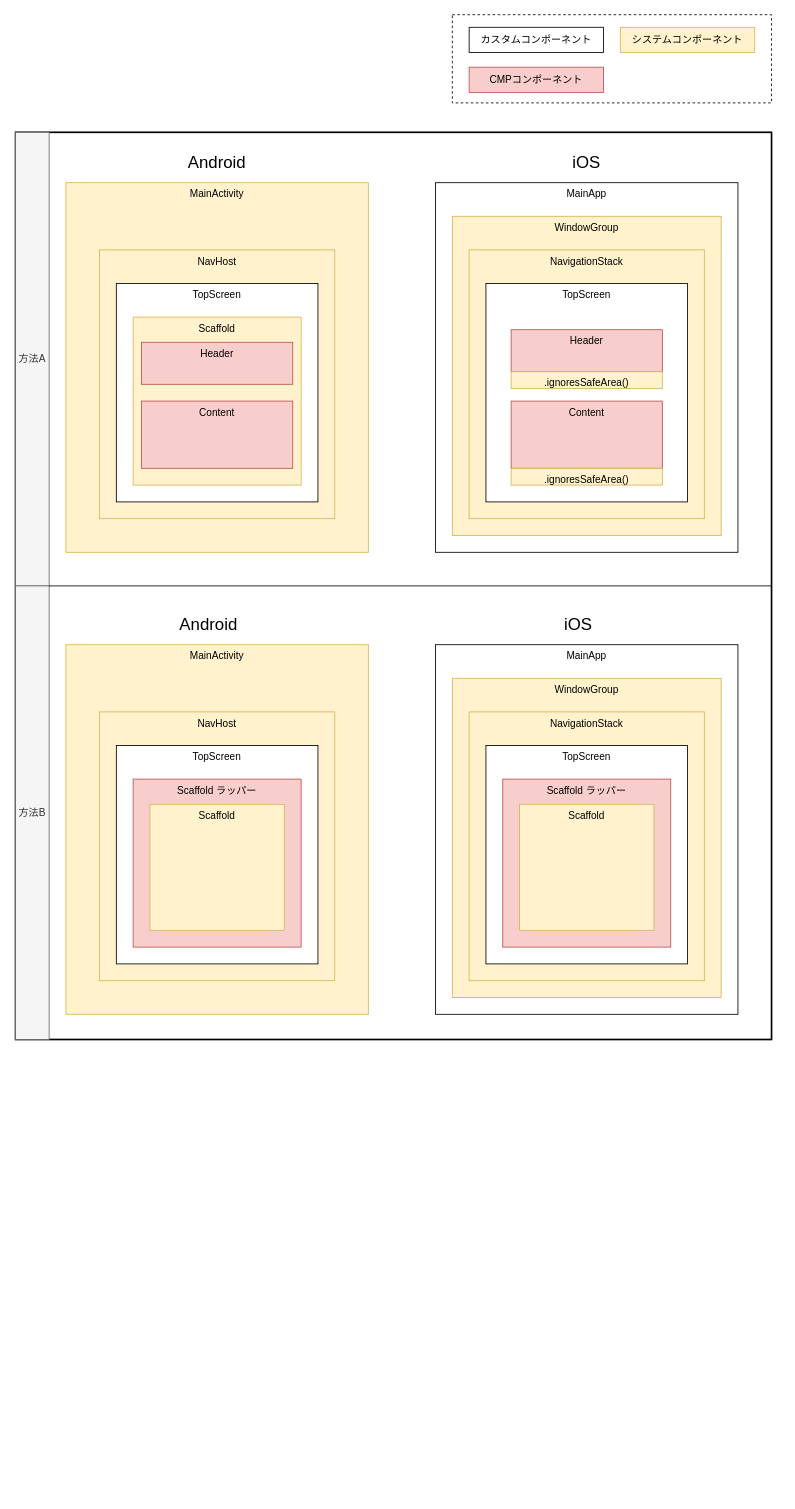
Before: page "UI共通化" (2 of 5) of docs/CMP_In_Native化案.drawio in seabat/hybrid-cmp-pdf-viewer, a draw.io diagram. Source tidied: cells renumbered, new cells numbered last; positions are measured from the earlier drawing's top-left corner, leaving out a move shared by most shapes. Both pictures are drawn from the tidied source at 84%, with x=0, y=0 at pixel (15, 14).
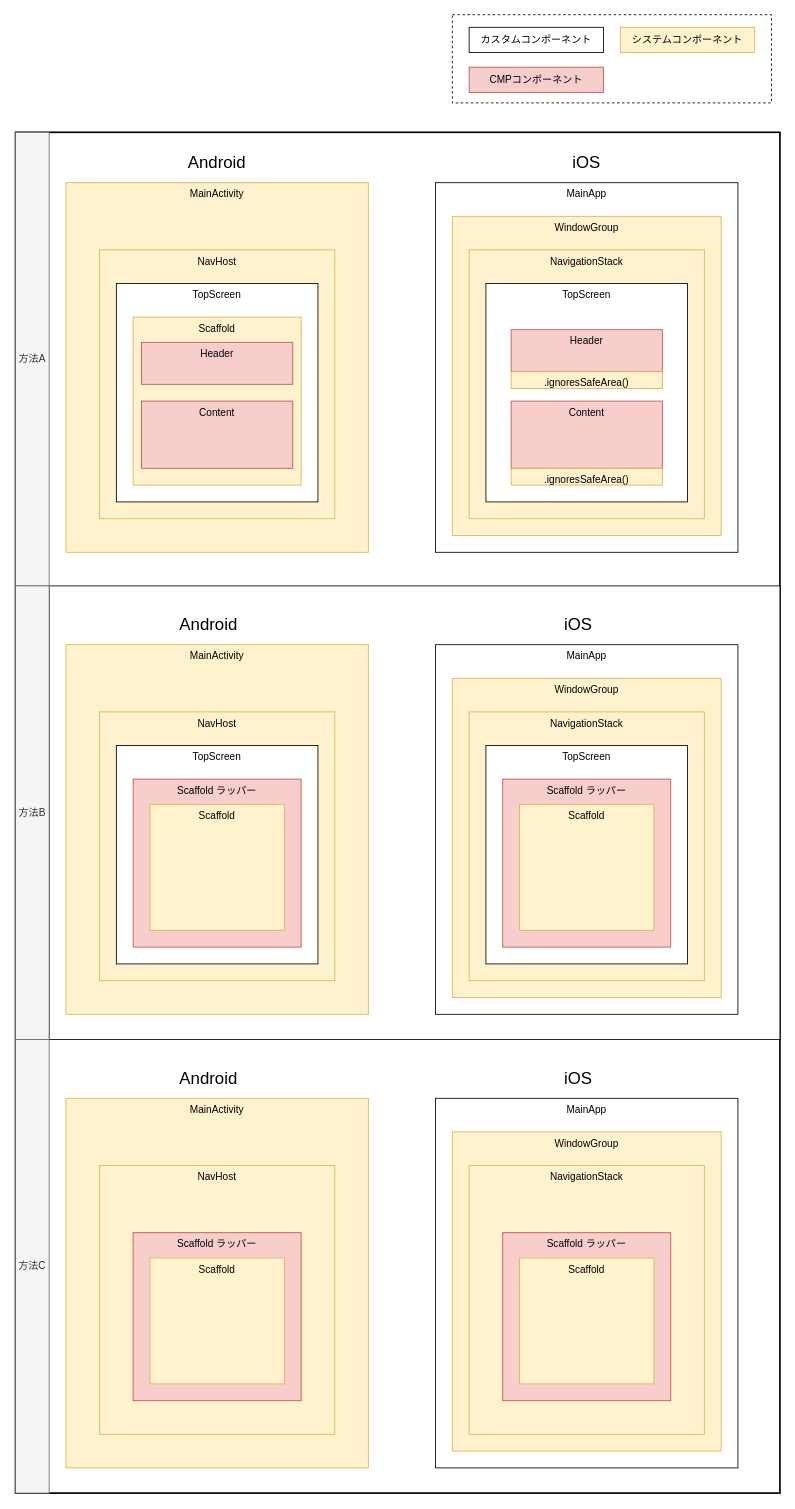
Above is the later version.

Commit message (it also covers changes not shown here):
Android の NavigationApp から ViewerScreen を削除し ViewerScaffold を直接使用

Change to the diagram source:
```diff
@@
     <mxCell id="2" style="rounded=0;whiteSpace=wrap;html=1;strokeWidth=2;" parent="1" vertex="1">
-      <mxGeometry y="140" width="900" height="1080" as="geometry" />
+      <mxGeometry y="140" width="910" height="1620" as="geometry" />
     </mxCell>
+    <mxCell id="39" style="rounded=0;whiteSpace=wrap;html=1;" parent="1" vertex="1">
+      <mxGeometry x="40" y="680" width="870" height="540" as="geometry" />
+    </mxCell>
@@
-    <mxCell id="32" style="endArrow=none;html=1;rounded=0;entryX=1;entryY=0.5;entryDx=0;entryDy=0;" parent="1" edge="1" target="2">
-      <mxGeometry relative="1" as="geometry">
-        <mxPoint x="40" y="680" as="sourcePoint" />
-      </mxGeometry>
-    </mxCell>
@@
+    <mxCell id="40" value="方法C" style="rounded=0;whiteSpace=wrap;html=1;fillColor=#f5f5f5;fontColor=#333333;strokeColor=#666666;" parent="1" vertex="1">
+      <mxGeometry y="1220" width="40" height="540" as="geometry" />
+    </mxCell>
+    <mxCell id="41" value="MainActivity" style="rounded=0;whiteSpace=wrap;html=1;verticalAlign=top;fillColor=#fff2cc;strokeColor=#d6b656;" parent="1" vertex="1">
+      <mxGeometry x="60" y="1290" width="360" height="440" as="geometry" />
+    </mxCell>
+    <mxCell id="42" value="NavHost" style="rounded=0;whiteSpace=wrap;html=1;verticalAlign=top;fillColor=#fff2cc;strokeColor=#d6b656;" parent="1" vertex="1">
+      <mxGeometry x="100" y="1370" width="280" height="320" as="geometry" />
+    </mxCell>
+    <mxCell id="43" value="Scaffold ラッパー" style="rounded=0;whiteSpace=wrap;html=1;verticalAlign=top;fillColor=#f8cecc;strokeColor=#b85450;" parent="1" vertex="1">
+      <mxGeometry x="140" y="1450" width="200" height="200" as="geometry" />
+    </mxCell>
+    <mxCell id="44" value="MainApp" style="rounded=0;whiteSpace=wrap;html=1;verticalAlign=top;" parent="1" vertex="1">
+      <mxGeometry x="500" y="1290" width="360" height="440" as="geometry" />
+    </mxCell>
+    <mxCell id="45" value="WindowGroup" style="rounded=0;whiteSpace=wrap;html=1;verticalAlign=top;fillColor=#fff2cc;strokeColor=#d6b656;" parent="1" vertex="1">
+      <mxGeometry x="520" y="1330" width="320" height="380" as="geometry" />
+    </mxCell>
+    <mxCell id="46" value="NavigationStack" style="rounded=0;whiteSpace=wrap;html=1;verticalAlign=top;fillColor=#fff2cc;strokeColor=#d6b656;" parent="1" vertex="1">
+      <mxGeometry x="540" y="1370" width="280" height="320" as="geometry" />
+    </mxCell>
+    <mxCell id="47" value="Scaffold ラッパー" style="rounded=0;whiteSpace=wrap;html=1;verticalAlign=top;fillColor=#f8cecc;strokeColor=#b85450;" parent="1" vertex="1">
+      <mxGeometry x="580" y="1450" width="200" height="200" as="geometry" />
+    </mxCell>
+    <mxCell id="48" value="&lt;font style=&quot;font-size: 20px;&quot;&gt;Android&lt;/font&gt;" style="text;html=1;align=center;verticalAlign=middle;whiteSpace=wrap;rounded=0;" parent="1" vertex="1">
+      <mxGeometry x="200" y="1250" width="60" height="30" as="geometry" />
+    </mxCell>
+    <mxCell id="49" value="&lt;font style=&quot;font-size: 20px;&quot;&gt;iOS&lt;/font&gt;" style="text;html=1;align=center;verticalAlign=middle;whiteSpace=wrap;rounded=0;" parent="1" vertex="1">
+      <mxGeometry x="640" y="1250" width="60" height="30" as="geometry" />
+    </mxCell>
+    <mxCell id="50" value="Scaffold" style="rounded=0;whiteSpace=wrap;html=1;verticalAlign=top;fillColor=#fff2cc;strokeColor=#d6b656;" parent="1" vertex="1">
+      <mxGeometry x="160" y="1480" width="160" height="150" as="geometry" />
+    </mxCell>
+    <mxCell id="51" value="Scaffold" style="rounded=0;whiteSpace=wrap;html=1;verticalAlign=top;fillColor=#fff2cc;strokeColor=#d6b656;" parent="1" vertex="1">
+      <mxGeometry x="600" y="1480" width="160" height="150" as="geometry" />
+    </mxCell>
```
